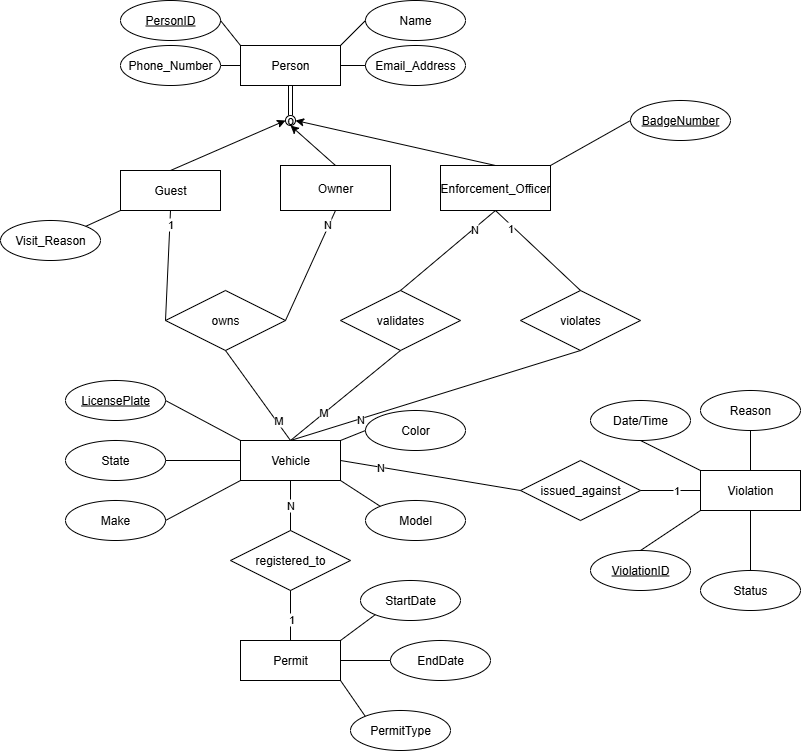
Earlier version of the draw.io export documents/AutoNest Parking Permit EER Model.drawio.png (ricevr19/literate-waddle). Source tidied: cells renumbered, new cells last; positions are measured from the earlier drawing's top-left corner, leaving out a move shared by most shapes.
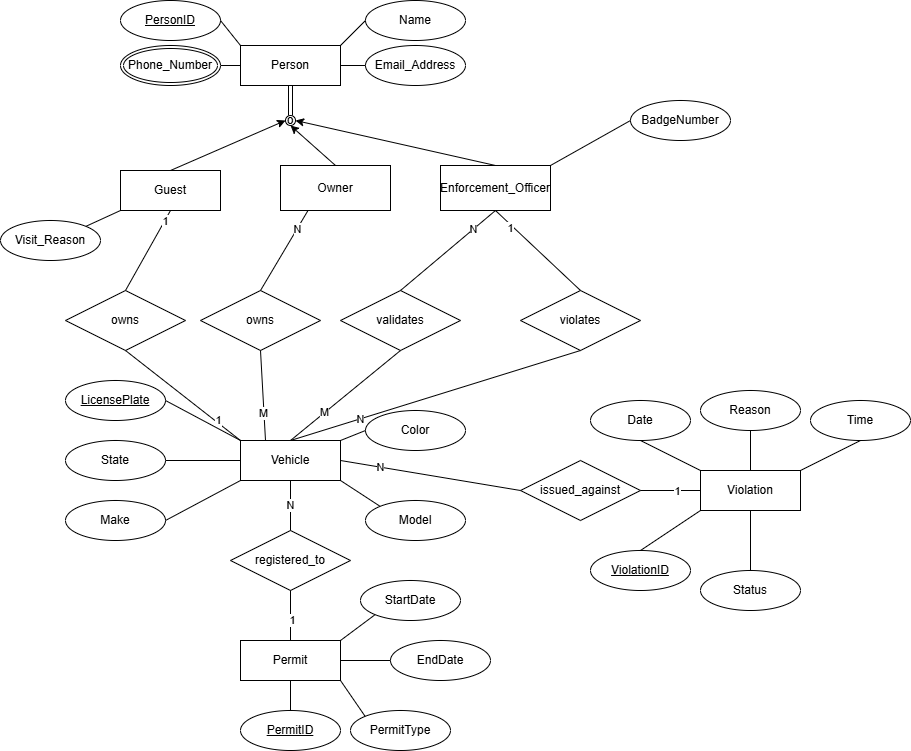
Later version of the same file.

The edit, as a diff of the source:
```diff
@@ -39,26 +39,18 @@
       <mxGeometry relative="1" as="geometry" />
     </mxCell>
     <mxCell id="14" value="owns" style="shape=rhombus;perimeter=rhombusPerimeter;whiteSpace=wrap;html=1;align=center;" parent="1" vertex="1">
-      <mxGeometry x="165" y="290" width="120" height="60" as="geometry" />
+      <mxGeometry x="65" y="290" width="120" height="60" as="geometry" />
     </mxCell>
-    <mxCell id="15" style="endArrow=none;html=1;rounded=0;entryX=0;entryY=0.5;entryDx=0;entryDy=0;exitX=0.5;exitY=1;exitDx=0;exitDy=0;" parent="1" edge="1" source="6" target="14">
+    <mxCell id="15" style="endArrow=none;html=1;rounded=0;entryX=0.5;entryY=0;entryDx=0;entryDy=0;exitX=0.5;exitY=1;exitDx=0;exitDy=0;" parent="1" edge="1" source="6" target="14">
       <mxGeometry relative="1" as="geometry" />
     </mxCell>
     <mxCell id="16" value="1" style="edgeLabel;html=1;align=center;verticalAlign=middle;" parent="15" vertex="1">
       <mxGeometry x="-0.75" relative="1" as="geometry" />
     </mxCell>
-    <mxCell id="17" style="endArrow=none;html=1;rounded=0;exitX=1;exitY=0.5;exitDx=0;exitDy=0;entryX=0.5;entryY=1;entryDx=0;entryDy=0;" parent="1" edge="1" source="14" target="4">
-      <mxGeometry relative="1" as="geometry" />
-    </mxCell>
-    <mxCell id="18" value="N" style="edgeLabel;html=1;align=center;verticalAlign=middle;" parent="17" vertex="1">
-      <mxGeometry x="0.73" y="1" relative="1" as="geometry">
-        <mxPoint x="-1" as="offset" />
-      </mxGeometry>
-    </mxCell>
-    <mxCell id="19" style="endArrow=none;html=1;rounded=0;entryX=0.5;entryY=0;entryDx=0;entryDy=0;exitX=0.5;exitY=1;exitDx=0;exitDy=0;" parent="1" edge="1" source="14" target="2">
+    <mxCell id="19" style="endArrow=none;html=1;rounded=0;entryX=0;entryY=0;entryDx=0;entryDy=0;exitX=0.5;exitY=1;exitDx=0;exitDy=0;" parent="1" edge="1" source="14" target="2">
       <mxGeometry relative="1" as="geometry" />
     </mxCell>
-    <mxCell id="20" value="M" style="edgeLabel;html=1;align=center;verticalAlign=middle;" parent="19" vertex="1">
+    <mxCell id="20" value="1" style="edgeLabel;html=1;align=center;verticalAlign=middle;" parent="19" vertex="1">
       <mxGeometry x="0.59" y="3" relative="1" as="geometry">
         <mxPoint x="-1" as="offset" />
       </mxGeometry>
@@ -90,12 +82,11 @@
     <mxCell id="29" style="endArrow=none;html=1;rounded=0;exitX=0;exitY=0.5;exitDx=0;exitDy=0;entryX=1;entryY=0;entryDx=0;entryDy=0;" parent="1" edge="1" source="28" target="8">
       <mxGeometry relative="1" as="geometry" />
     </mxCell>
-    <mxCell id="30" style="endArrow=none;html=1;rounded=0;entryX=0;entryY=0.5;entryDx=0;entryDy=0;exitX=1;exitY=0.5;exitDx=0;exitDy=0;" parent="1" edge="1" source="31" target="8">
-      <mxGeometry relative="1" as="geometry" />
+    <mxCell id="30" style="endArrow=none;html=1;rounded=0;entryX=0;entryY=0.5;entryDx=0;entryDy=0;exitX=1;exitY=0.5;exitDx=0;exitDy=0;" parent="1" edge="1" target="8">
+      <mxGeometry relative="1" as="geometry">
+        <mxPoint x="220" y="65" as="sourcePoint" />
+      </mxGeometry>
     </mxCell>
-    <mxCell id="31" value="Phone_Number" style="ellipse;whiteSpace=wrap;html=1;align=center;" parent="1" vertex="1">
-      <mxGeometry x="120" y="45" width="100" height="40" as="geometry" />
-    </mxCell>
     <mxCell id="32" value="Email_Address" style="ellipse;whiteSpace=wrap;html=1;align=center;" parent="1" vertex="1">
       <mxGeometry x="365" y="45" width="100" height="40" as="geometry" />
     </mxCell>
@@ -200,7 +191,7 @@
     <mxCell id="65" style="endArrow=none;html=1;rounded=0;entryX=0;entryY=1;entryDx=0;entryDy=0;exitX=1;exitY=0;exitDx=0;exitDy=0;" parent="1" edge="1" source="64" target="6">
       <mxGeometry relative="1" as="geometry" />
     </mxCell>
-    <mxCell id="66" value="&lt;u&gt;BadgeNumber&lt;/u&gt;" style="ellipse;whiteSpace=wrap;html=1;align=center;" parent="1" vertex="1">
+    <mxCell id="66" value="BadgeNumber" style="ellipse;whiteSpace=wrap;html=1;align=center;" parent="1" vertex="1">
       <mxGeometry x="630" y="100" width="100" height="40" as="geometry" />
     </mxCell>
     <mxCell id="67" style="endArrow=none;html=1;rounded=0;entryX=0;entryY=0.5;entryDx=0;entryDy=0;exitX=1;exitY=0;exitDx=0;exitDy=0;" parent="1" edge="1" source="7" target="66">
@@ -212,7 +203,7 @@
     <mxCell id="69" style="endArrow=none;html=1;rounded=0;entryX=0;entryY=1;entryDx=0;entryDy=0;exitX=0.5;exitY=0;exitDx=0;exitDy=0;" parent="1" edge="1" source="68" target="5">
       <mxGeometry relative="1" as="geometry" />
     </mxCell>
-    <mxCell id="70" value="Date/Time" style="ellipse;whiteSpace=wrap;html=1;align=center;" parent="1" vertex="1">
+    <mxCell id="70" value="Date" style="ellipse;whiteSpace=wrap;html=1;align=center;" parent="1" vertex="1">
       <mxGeometry x="590" y="400" width="100" height="40" as="geometry" />
     </mxCell>
     <mxCell id="71" style="endArrow=none;html=1;rounded=0;entryX=0;entryY=0;entryDx=0;entryDy=0;exitX=0.5;exitY=1;exitDx=0;exitDy=0;" parent="1" edge="1" source="70" target="5">
@@ -230,5 +221,35 @@
     <mxCell id="75" style="endArrow=none;html=1;rounded=0;entryX=0.5;entryY=0;entryDx=0;entryDy=0;exitX=0.5;exitY=1;exitDx=0;exitDy=0;" parent="1" edge="1" source="72" target="5">
       <mxGeometry relative="1" as="geometry" />
     </mxCell>
+    <mxCell id="76" value="owns" style="shape=rhombus;perimeter=rhombusPerimeter;whiteSpace=wrap;html=1;align=center;" parent="1" vertex="1">
+      <mxGeometry x="200" y="290" width="120" height="60" as="geometry" />
+    </mxCell>
+    <mxCell id="77" style="endArrow=none;html=1;rounded=0;exitX=0.25;exitY=0;exitDx=0;exitDy=0;entryX=0.5;entryY=1;entryDx=0;entryDy=0;" parent="1" edge="1" source="2" target="76">
+      <mxGeometry relative="1" as="geometry" />
+    </mxCell>
+    <mxCell id="78" value="M" style="edgeLabel;html=1;align=center;verticalAlign=middle;" parent="77" vertex="1">
+      <mxGeometry x="-0.38" y="1" relative="1" as="geometry" />
+    </mxCell>
+    <mxCell id="79" style="endArrow=none;html=1;rounded=0;entryX=0.5;entryY=0;entryDx=0;entryDy=0;exitX=0.25;exitY=1;exitDx=0;exitDy=0;" parent="1" edge="1" source="4" target="76">
+      <mxGeometry relative="1" as="geometry" />
+    </mxCell>
+    <mxCell id="18" value="N" style="edgeLabel;html=1;align=center;verticalAlign=middle;" parent="79" vertex="1">
+      <mxGeometry x="-0.54" relative="1" as="geometry" />
+    </mxCell>
+    <mxCell id="31" value="Phone_Number" style="ellipse;shape=doubleEllipse;margin=3;whiteSpace=wrap;html=1;align=center;" parent="1" vertex="1">
+      <mxGeometry x="120" y="45" width="100" height="40" as="geometry" />
+    </mxCell>
+    <mxCell id="80" value="&lt;u&gt;PermitID&lt;/u&gt;" style="ellipse;whiteSpace=wrap;html=1;align=center;" parent="1" vertex="1">
+      <mxGeometry x="240" y="710" width="100" height="40" as="geometry" />
+    </mxCell>
+    <mxCell id="81" style="endArrow=none;html=1;rounded=0;entryX=0.5;entryY=0;entryDx=0;entryDy=0;exitX=0.5;exitY=1;exitDx=0;exitDy=0;exitPerimeter=0;" parent="1" edge="1" source="3" target="80">
+      <mxGeometry relative="1" as="geometry" />
+    </mxCell>
+    <mxCell id="82" value="Time" style="ellipse;whiteSpace=wrap;html=1;align=center;" parent="1" vertex="1">
+      <mxGeometry x="810" y="400" width="100" height="40" as="geometry" />
+    </mxCell>
+    <mxCell id="83" style="endArrow=none;html=1;rounded=0;entryX=0.5;entryY=1;entryDx=0;entryDy=0;exitX=1;exitY=0;exitDx=0;exitDy=0;" parent="1" edge="1" source="5" target="82">
+      <mxGeometry relative="1" as="geometry" />
+    </mxCell>
   </root>
 </mxGraphModel>
```
